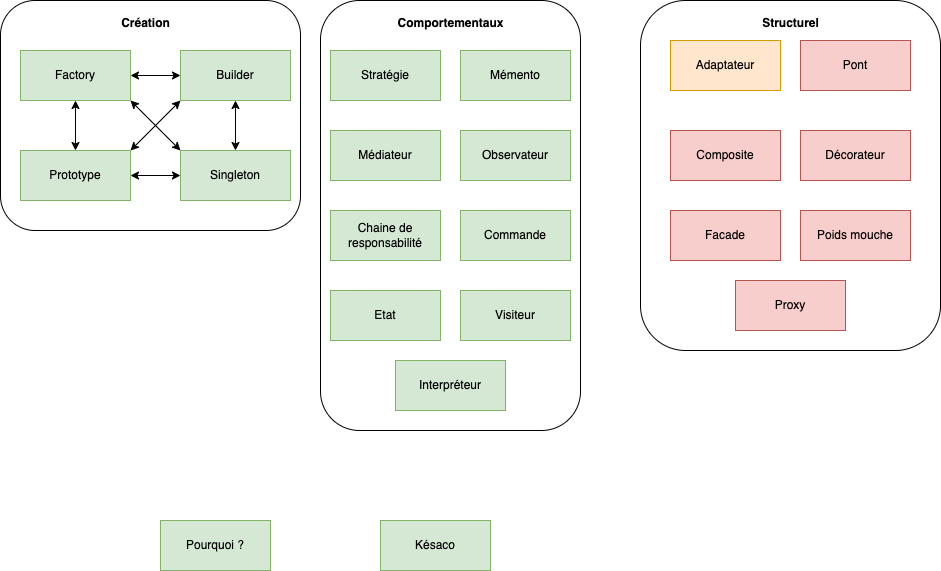
Before: src/main/resources/cocon.drawio.png, a diagram exported from draw.io (ErwanLT/designPattern). Source tidied: cells renumbered, new cells last; positions are measured from the earlier drawing's top-left corner, leaving out a move shared by most shapes.
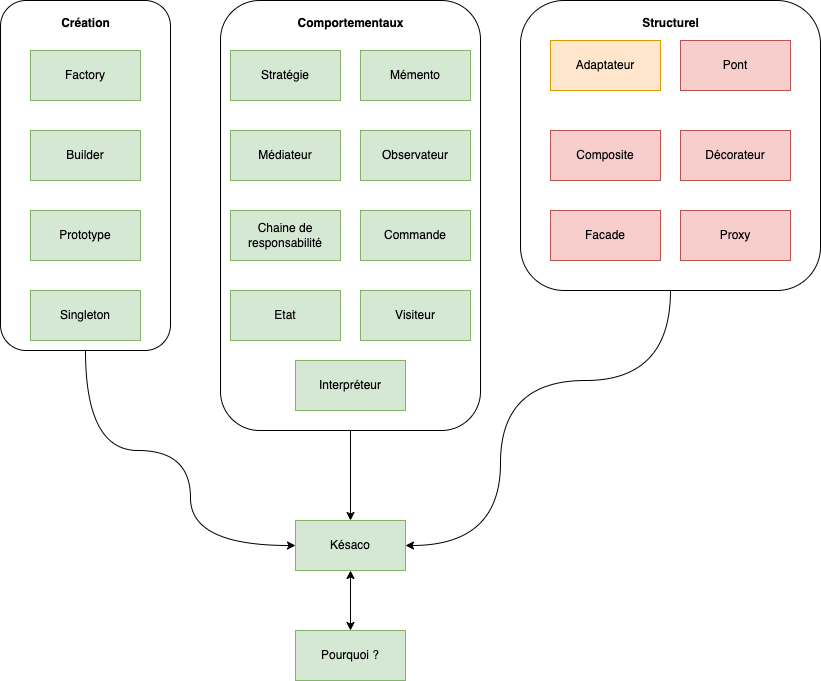
After the commit.

What changed in the source:
```diff
@@ -2,110 +2,110 @@
   <root>
     <mxCell id="0" />
     <mxCell id="1" parent="0" />
+    <mxCell id="36" style="edgeStyle=orthogonalEdgeStyle;rounded=0;jettySize=auto;html=1;entryX=0;entryY=0.5;entryDx=0;entryDy=0;curved=1;exitX=0.5;exitY=1;exitDx=0;exitDy=0;" parent="1" edge="1" source="2" target="26">
+      <mxGeometry relative="1" as="geometry">
+        <Array as="points">
+          <mxPoint x="145" y="460" />
+          <mxPoint x="250" y="460" />
+          <mxPoint x="250" y="555" />
+        </Array>
+      </mxGeometry>
+    </mxCell>
     <mxCell id="2" style="rounded=1;whiteSpace=wrap;html=1;" parent="1" vertex="1">
-      <mxGeometry width="300" height="230" as="geometry" />
+      <mxGeometry x="60" y="10" width="170" height="350" as="geometry" />
     </mxCell>
-    <mxCell id="3" style="edgeStyle=orthogonalEdgeStyle;rounded=0;jettySize=auto;html=1;entryX=0;entryY=0.5;entryDx=0;entryDy=0;startArrow=classic;startFill=1;" parent="1" edge="1" source="4" target="5">
-      <mxGeometry relative="1" as="geometry" />
-    </mxCell>
     <mxCell id="4" value="Factory" style="html=1;whiteSpace=wrap;fillColor=#d5e8d4;strokeColor=#82b366;" parent="1" vertex="1">
-      <mxGeometry x="20" y="50" width="110" height="50" as="geometry" />
+      <mxGeometry x="90" y="60" width="110" height="50" as="geometry" />
     </mxCell>
     <mxCell id="5" value="Builder" style="html=1;whiteSpace=wrap;fillColor=#d5e8d4;strokeColor=#82b366;" parent="1" vertex="1">
-      <mxGeometry x="180" y="50" width="110" height="50" as="geometry" />
+      <mxGeometry x="90" y="140" width="110" height="50" as="geometry" />
     </mxCell>
-    <mxCell id="6" style="edgeStyle=orthogonalEdgeStyle;rounded=0;jettySize=auto;html=1;startArrow=classic;startFill=1;" parent="1" edge="1" source="8" target="4">
-      <mxGeometry relative="1" as="geometry" />
-    </mxCell>
-    <mxCell id="7" style="edgeStyle=orthogonalEdgeStyle;rounded=0;jettySize=auto;html=1;entryX=0;entryY=0.5;entryDx=0;entryDy=0;startArrow=classic;startFill=1;" parent="1" edge="1" source="8" target="10">
-      <mxGeometry relative="1" as="geometry" />
-    </mxCell>
     <mxCell id="8" value="Prototype" style="html=1;whiteSpace=wrap;fillColor=#d5e8d4;strokeColor=#82b366;" parent="1" vertex="1">
-      <mxGeometry x="20" y="150" width="110" height="50" as="geometry" />
+      <mxGeometry x="90" y="220" width="110" height="50" as="geometry" />
     </mxCell>
-    <mxCell id="9" style="edgeStyle=orthogonalEdgeStyle;rounded=0;jettySize=auto;html=1;entryX=0.5;entryY=1;entryDx=0;entryDy=0;startArrow=classic;startFill=1;" parent="1" edge="1" source="10" target="5">
-      <mxGeometry relative="1" as="geometry" />
-    </mxCell>
     <mxCell id="10" value="Singleton" style="html=1;whiteSpace=wrap;fillColor=#d5e8d4;strokeColor=#82b366;" parent="1" vertex="1">
-      <mxGeometry x="180" y="150" width="110" height="50" as="geometry" />
+      <mxGeometry x="90" y="300" width="110" height="50" as="geometry" />
     </mxCell>
     <mxCell id="11" value="Création" style="text;align=center;fontStyle=1;verticalAlign=middle;spacingLeft=3;spacingRight=3;strokeColor=none;html=1;" parent="1" vertex="1">
-      <mxGeometry x="105" y="10" width="80" height="26" as="geometry" />
+      <mxGeometry x="105" y="20" width="80" height="26" as="geometry" />
     </mxCell>
+    <mxCell id="37" style="edgeStyle=orthogonalEdgeStyle;rounded=0;jettySize=auto;html=1;entryX=0.5;entryY=0;entryDx=0;entryDy=0;" parent="1" edge="1" source="12" target="26">
+      <mxGeometry relative="1" as="geometry" />
+    </mxCell>
     <mxCell id="12" style="rounded=1;whiteSpace=wrap;html=1;" parent="1" vertex="1">
-      <mxGeometry x="320" width="260" height="430" as="geometry" />
+      <mxGeometry x="280" y="10" width="260" height="430" as="geometry" />
     </mxCell>
     <mxCell id="13" value="Comportementaux" style="text;align=center;fontStyle=1;verticalAlign=middle;spacingLeft=3;spacingRight=3;strokeColor=none;html=1;" parent="1" vertex="1">
-      <mxGeometry x="410" y="10" width="80" height="26" as="geometry" />
+      <mxGeometry x="370" y="20" width="80" height="26" as="geometry" />
     </mxCell>
     <mxCell id="14" value="Stratégie" style="html=1;whiteSpace=wrap;fillColor=#d5e8d4;strokeColor=#82b366;" parent="1" vertex="1">
-      <mxGeometry x="330" y="50" width="110" height="50" as="geometry" />
+      <mxGeometry x="290" y="60" width="110" height="50" as="geometry" />
     </mxCell>
     <mxCell id="15" value="Mémento" style="html=1;whiteSpace=wrap;fillColor=#d5e8d4;strokeColor=#82b366;" parent="1" vertex="1">
-      <mxGeometry x="460" y="50" width="110" height="50" as="geometry" />
+      <mxGeometry x="420" y="60" width="110" height="50" as="geometry" />
     </mxCell>
     <mxCell id="16" value="Médiateur" style="html=1;whiteSpace=wrap;fillColor=#d5e8d4;strokeColor=#82b366;" parent="1" vertex="1">
-      <mxGeometry x="330" y="130" width="110" height="50" as="geometry" />
+      <mxGeometry x="290" y="140" width="110" height="50" as="geometry" />
     </mxCell>
     <mxCell id="17" value="Observateur" style="html=1;whiteSpace=wrap;fillColor=#d5e8d4;strokeColor=#82b366;" parent="1" vertex="1">
-      <mxGeometry x="460" y="130" width="110" height="50" as="geometry" />
+      <mxGeometry x="420" y="140" width="110" height="50" as="geometry" />
     </mxCell>
     <mxCell id="18" value="Chaine de responsabilité" style="html=1;whiteSpace=wrap;fillColor=#d5e8d4;strokeColor=#82b366;" parent="1" vertex="1">
-      <mxGeometry x="330" y="210" width="110" height="50" as="geometry" />
+      <mxGeometry x="290" y="220" width="110" height="50" as="geometry" />
     </mxCell>
     <mxCell id="19" value="Commande" style="html=1;whiteSpace=wrap;fillColor=#d5e8d4;strokeColor=#82b366;" parent="1" vertex="1">
-      <mxGeometry x="460" y="210" width="110" height="50" as="geometry" />
+      <mxGeometry x="420" y="220" width="110" height="50" as="geometry" />
     </mxCell>
     <mxCell id="20" value="Etat" style="html=1;whiteSpace=wrap;fillColor=#d5e8d4;strokeColor=#82b366;" parent="1" vertex="1">
-      <mxGeometry x="330" y="290" width="110" height="50" as="geometry" />
+      <mxGeometry x="290" y="300" width="110" height="50" as="geometry" />
     </mxCell>
     <mxCell id="21" value="Visiteur" style="html=1;whiteSpace=wrap;fillColor=#d5e8d4;strokeColor=#82b366;" parent="1" vertex="1">
-      <mxGeometry x="460" y="290" width="110" height="50" as="geometry" />
+      <mxGeometry x="420" y="300" width="110" height="50" as="geometry" />
     </mxCell>
     <mxCell id="22" value="Interpréteur" style="html=1;whiteSpace=wrap;fillColor=#d5e8d4;strokeColor=#82b366;" parent="1" vertex="1">
-      <mxGeometry x="395" y="360" width="110" height="50" as="geometry" />
+      <mxGeometry x="355" y="370" width="110" height="50" as="geometry" />
     </mxCell>
+    <mxCell id="38" style="edgeStyle=orthogonalEdgeStyle;rounded=0;jettySize=auto;html=1;entryX=1;entryY=0.5;entryDx=0;entryDy=0;curved=1;" parent="1" edge="1" source="23" target="26">
+      <mxGeometry relative="1" as="geometry">
+        <Array as="points">
+          <mxPoint x="730" y="390" />
+          <mxPoint x="560" y="390" />
+          <mxPoint x="560" y="555" />
+        </Array>
+      </mxGeometry>
+    </mxCell>
     <mxCell id="23" style="rounded=1;whiteSpace=wrap;html=1;" parent="1" vertex="1">
-      <mxGeometry x="640" width="300" height="350" as="geometry" />
+      <mxGeometry x="580" y="10" width="300" height="290" as="geometry" />
     </mxCell>
     <mxCell id="24" value="Structurel" style="text;align=center;fontStyle=1;verticalAlign=middle;spacingLeft=3;spacingRight=3;strokeColor=none;html=1;" parent="1" vertex="1">
-      <mxGeometry x="750" y="10" width="80" height="26" as="geometry" />
+      <mxGeometry x="690" y="20" width="80" height="26" as="geometry" />
     </mxCell>
     <mxCell id="25" value="Adaptateur" style="html=1;whiteSpace=wrap;fillColor=#ffe6cc;strokeColor=#d79b00;" parent="1" vertex="1">
-      <mxGeometry x="670" y="40" width="110" height="50" as="geometry" />
+      <mxGeometry x="610" y="50" width="110" height="50" as="geometry" />
     </mxCell>
+    <mxCell id="39" style="edgeStyle=orthogonalEdgeStyle;rounded=0;jettySize=auto;html=1;entryX=0.5;entryY=0;entryDx=0;entryDy=0;startArrow=classic;startFill=1;" parent="1" edge="1" source="26" target="27">
+      <mxGeometry relative="1" as="geometry" />
+    </mxCell>
     <mxCell id="26" value="Késaco" style="html=1;whiteSpace=wrap;fillColor=#d5e8d4;strokeColor=#82b366;" parent="1" vertex="1">
-      <mxGeometry x="380" y="520" width="110" height="50" as="geometry" />
+      <mxGeometry x="355" y="530" width="110" height="50" as="geometry" />
     </mxCell>
     <mxCell id="27" value="Pourquoi ?" style="html=1;whiteSpace=wrap;fillColor=#d5e8d4;strokeColor=#82b366;" parent="1" vertex="1">
-      <mxGeometry x="160" y="520" width="110" height="50" as="geometry" />
+      <mxGeometry x="355" y="640" width="110" height="50" as="geometry" />
     </mxCell>
     <mxCell id="28" value="Pont" style="html=1;whiteSpace=wrap;fillColor=#f8cecc;strokeColor=#b85450;" parent="1" vertex="1">
-      <mxGeometry x="800" y="40" width="110" height="50" as="geometry" />
+      <mxGeometry x="740" y="50" width="110" height="50" as="geometry" />
     </mxCell>
     <mxCell id="29" value="Composite&lt;span style=&quot;color: rgba(0, 0, 0, 0); font-family: monospace; font-size: 0px; text-align: start; text-wrap: nowrap;&quot;&gt;%3CmxGraphModel%3E%3Croot%3E%3CmxCell%20id%3D%220%22%2F%3E%3CmxCell%20id%3D%221%22%20parent%3D%220%22%2F%3E%3CmxCell%20id%3D%222%22%20value%3D%22Adaptateur%22%20style%3D%22html%3D1%3BwhiteSpace%3Dwrap%3B%22%20vertex%3D%221%22%20parent%3D%221%22%3E%3CmxGeometry%20x%3D%22660%22%20y%3D%2270%22%20width%3D%22110%22%20height%3D%2250%22%20as%3D%22geometry%22%2F%3E%3C%2FmxCell%3E%3C%2Froot%3E%3C%2FmxGraphModel%3E&lt;/span&gt;" style="html=1;whiteSpace=wrap;fillColor=#f8cecc;strokeColor=#b85450;" parent="1" vertex="1">
-      <mxGeometry x="670" y="130" width="110" height="50" as="geometry" />
+      <mxGeometry x="610" y="140" width="110" height="50" as="geometry" />
     </mxCell>
     <mxCell id="30" value="Décorateur" style="html=1;whiteSpace=wrap;fillColor=#f8cecc;strokeColor=#b85450;" parent="1" vertex="1">
-      <mxGeometry x="800" y="130" width="110" height="50" as="geometry" />
+      <mxGeometry x="740" y="140" width="110" height="50" as="geometry" />
     </mxCell>
     <mxCell id="31" value="Facade" style="html=1;whiteSpace=wrap;fillColor=#f8cecc;strokeColor=#b85450;" parent="1" vertex="1">
-      <mxGeometry x="670" y="210" width="110" height="50" as="geometry" />
+      <mxGeometry x="610" y="220" width="110" height="50" as="geometry" />
     </mxCell>
-    <mxCell id="32" value="Poids mouche" style="html=1;whiteSpace=wrap;fillColor=#f8cecc;strokeColor=#b85450;" parent="1" vertex="1">
-      <mxGeometry x="800" y="210" width="110" height="50" as="geometry" />
-    </mxCell>
     <mxCell id="33" value="Proxy" style="html=1;whiteSpace=wrap;fillColor=#f8cecc;strokeColor=#b85450;" parent="1" vertex="1">
-      <mxGeometry x="735" y="280" width="110" height="50" as="geometry" />
+      <mxGeometry x="740" y="220" width="110" height="50" as="geometry" />
     </mxCell>
-    <mxCell id="34" style="endArrow=classic;startArrow=classic;html=1;rounded=0;" parent="1" edge="1">
-      <mxGeometry relative="1" as="geometry">
-        <mxPoint x="130" y="150" as="sourcePoint" />
-        <mxPoint x="180" y="100" as="targetPoint" />
-      </mxGeometry>
-    </mxCell>
-    <mxCell id="35" style="endArrow=classic;startArrow=classic;html=1;rounded=0;entryX=1;entryY=1;entryDx=0;entryDy=0;exitX=0;exitY=0;exitDx=0;exitDy=0;" parent="1" edge="1" source="10" target="4">
-      <mxGeometry relative="1" as="geometry" />
-    </mxCell>
   </root>
 </mxGraphModel>
```
